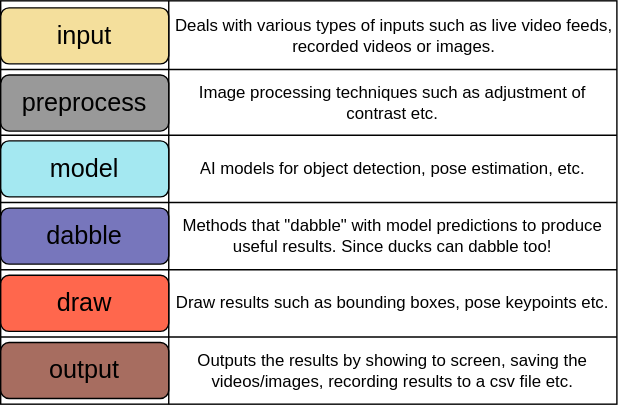
Earlier version of the draw.io export diagrams/node_types.drawio.svg (aisingapore/PeekingDuck). Source tidied: cells renumbered, new cells last; positions are measured from the earlier drawing's top-left corner, leaving out a move shared by most shapes.
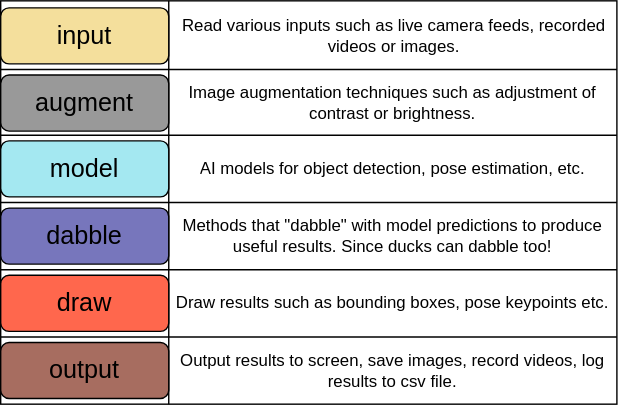
Later version of the same file.

Commit message:
node: renamed preprocess category with augment, removed incorrect img return in yolo diagram

The edit, as a diff of the source:
```diff
@@ -56,7 +56,7 @@
     <mxCell id="19" style="shape=partialRectangle;html=1;whiteSpace=wrap;overflow=hidden;fillColor=none;top=0;left=0;bottom=0;right=0;" parent="18" vertex="1">
       <mxGeometry width="120" height="48" as="geometry" />
     </mxCell>
-    <mxCell id="20" value="Outputs the results by showing to screen, saving the videos/images, recording results to a csv file etc." style="shape=partialRectangle;html=1;whiteSpace=wrap;overflow=hidden;fillColor=none;top=0;left=0;bottom=0;right=0;" parent="18" vertex="1">
+    <mxCell id="20" value="Output results to screen, save images, record videos, log results to csv file." style="shape=partialRectangle;html=1;whiteSpace=wrap;overflow=hidden;fillColor=none;top=0;left=0;bottom=0;right=0;" parent="18" vertex="1">
       <mxGeometry x="120" width="320" height="48" as="geometry" />
     </mxCell>
     <mxCell id="21" value="&lt;font style=&quot;font-size: 18px&quot;&gt;input&lt;/font&gt;" style="rounded=1;whiteSpace=wrap;html=1;fillColor=#F4df9c;" parent="1" vertex="1">
@@ -74,13 +74,13 @@
     <mxCell id="25" value="&lt;font style=&quot;font-size: 18px&quot;&gt;dabble&lt;/font&gt;" style="rounded=1;whiteSpace=wrap;html=1;fillColor=#7776bc;" parent="1" vertex="1">
       <mxGeometry y="148" width="120" height="40" as="geometry" />
     </mxCell>
-    <mxCell id="26" value="Deals with various types of inputs such as live video feeds, recorded videos or images." style="shape=partialRectangle;html=1;whiteSpace=wrap;overflow=hidden;fillColor=none;top=0;left=0;bottom=0;right=0;" parent="1" vertex="1">
+    <mxCell id="26" value="Read various inputs such as live camera feeds, recorded videos or images." style="shape=partialRectangle;html=1;whiteSpace=wrap;overflow=hidden;fillColor=none;top=0;left=0;bottom=0;right=0;" parent="1" vertex="1">
       <mxGeometry x="121" y="1" width="320" height="48" as="geometry" />
     </mxCell>
-    <mxCell id="27" value="&lt;font style=&quot;font-size: 18px&quot;&gt;preprocess&lt;/font&gt;" style="rounded=1;whiteSpace=wrap;html=1;fillColor=#999999;strokeColor=#000000;" parent="1" vertex="1">
+    <mxCell id="27" value="&lt;font style=&quot;font-size: 18px&quot;&gt;augment&lt;/font&gt;" style="rounded=1;whiteSpace=wrap;html=1;fillColor=#999999;strokeColor=#000000;" parent="1" vertex="1">
       <mxGeometry y="53" width="120" height="40" as="geometry" />
     </mxCell>
-    <mxCell id="28" value="Image processing techniques such as adjustment of contrast etc.&lt;br&gt;" style="shape=partialRectangle;html=1;whiteSpace=wrap;overflow=hidden;fillColor=none;top=0;left=0;bottom=0;right=0;" parent="1" vertex="1">
+    <mxCell id="28" value="Image augmentation techniques such as adjustment of contrast or brightness." style="shape=partialRectangle;html=1;whiteSpace=wrap;overflow=hidden;fillColor=none;top=0;left=0;bottom=0;right=0;" parent="1" vertex="1">
       <mxGeometry x="120" y="49" width="320" height="48" as="geometry" />
     </mxCell>
   </root>
```
